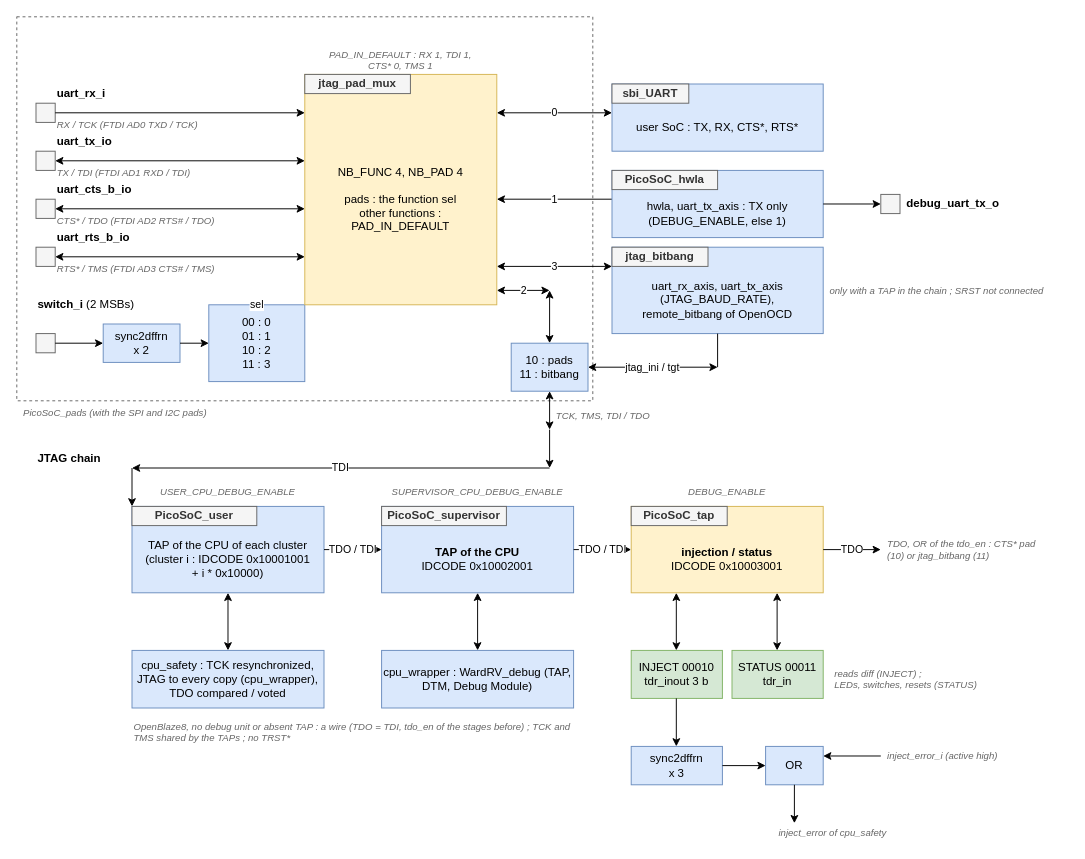
The draw.io diagram page "jtag" (4 of 4) of doc/picosoc.drawio in deuskane/asylum-soc-picosoc, before the edit. Source tidied: cells renumbered, new cells numbered last; positions are measured from the earlier drawing's top-left corner, leaving out a move shared by most shapes. Both pictures are drawn from the tidied source at 96%, with x=0, y=0 at pixel (16, 16).
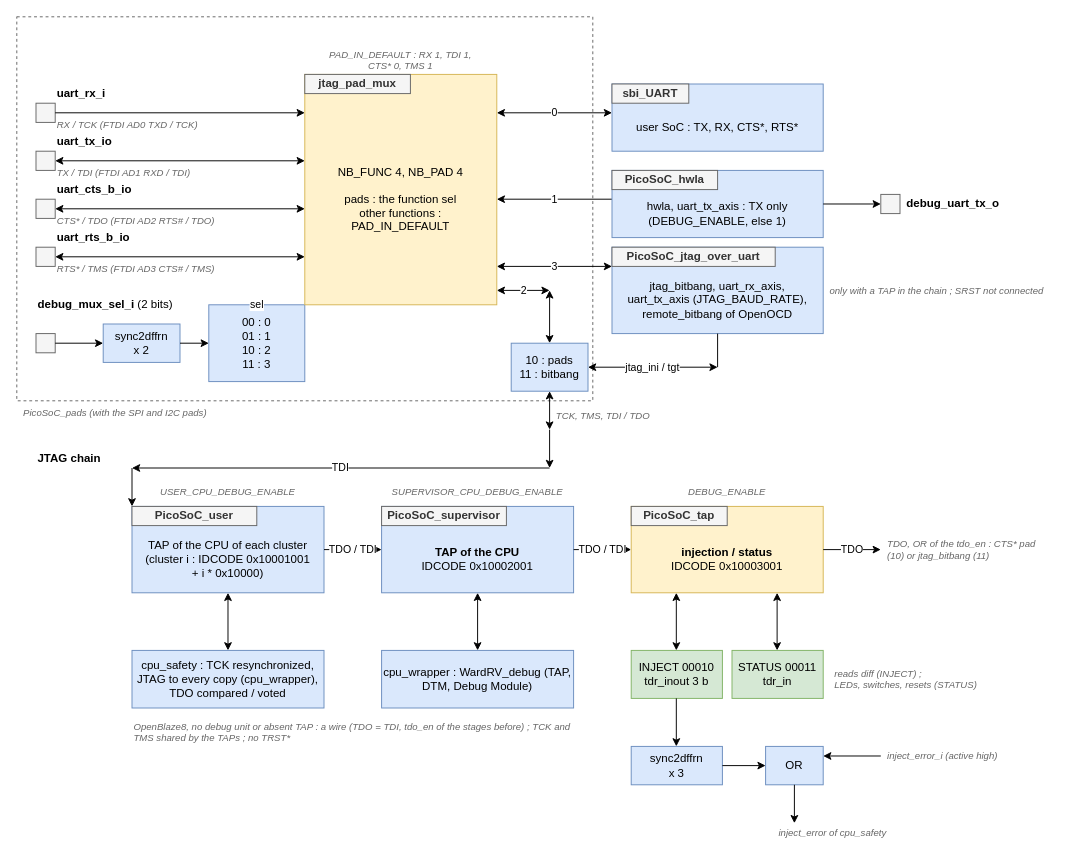
The same page after the edit.

What changed in the source:
```diff
@@
-    <mxCell id="21" value="&lt;b&gt;switch_i&lt;/b&gt; (2 MSBs)" style="text;html=1;whiteSpace=wrap;strokeColor=none;fillColor=none;verticalAlign=middle;rounded=0;align=left;" parent="1" vertex="1">
+    <mxCell id="21" value="&lt;b&gt;debug_mux_sel_i&lt;/b&gt; (2 bits)" style="text;html=1;whiteSpace=wrap;strokeColor=none;fillColor=none;verticalAlign=middle;rounded=0;align=left;" parent="1" vertex="1">
       <mxGeometry x="20" y="290" width="220" height="20" as="geometry" />
     </mxCell>
@@
-    <mxCell id="44" value="jtag_bitbang" style="rounded=0;whiteSpace=wrap;html=1;fontStyle=1;fillColor=#f5f5f5;fontColor=#333333;strokeColor=#666666;" parent="1" vertex="1">
-      <mxGeometry x="620" y="240" width="100" height="20" as="geometry" />
+    <mxCell id="44" value="PicoSoC_jtag_over_uart" style="rounded=0;whiteSpace=wrap;html=1;fontStyle=1;fillColor=#f5f5f5;fontColor=#333333;strokeColor=#666666;" parent="1" vertex="1">
+      <mxGeometry x="620" y="240" width="170" height="20" as="geometry" />
     </mxCell>
-    <mxCell id="45" value="uart_rx_axis, uart_tx_axis&lt;br&gt;(JTAG_BAUD_RATE),&lt;br&gt;remote_bitbang of OpenOCD" style="text;html=1;whiteSpace=wrap;strokeColor=none;fillColor=none;verticalAlign=middle;rounded=0;align=center;" parent="1" vertex="1">
+    <mxCell id="45" value="jtag_bitbang, uart_rx_axis,&lt;br&gt;uart_tx_axis (JTAG_BAUD_RATE),&lt;br&gt;remote_bitbang of OpenOCD" style="text;html=1;whiteSpace=wrap;strokeColor=none;fillColor=none;verticalAlign=middle;rounded=0;align=center;" parent="1" vertex="1">
       <mxGeometry x="630" y="265" width="200" height="60" as="geometry" />
     </mxCell>
```
